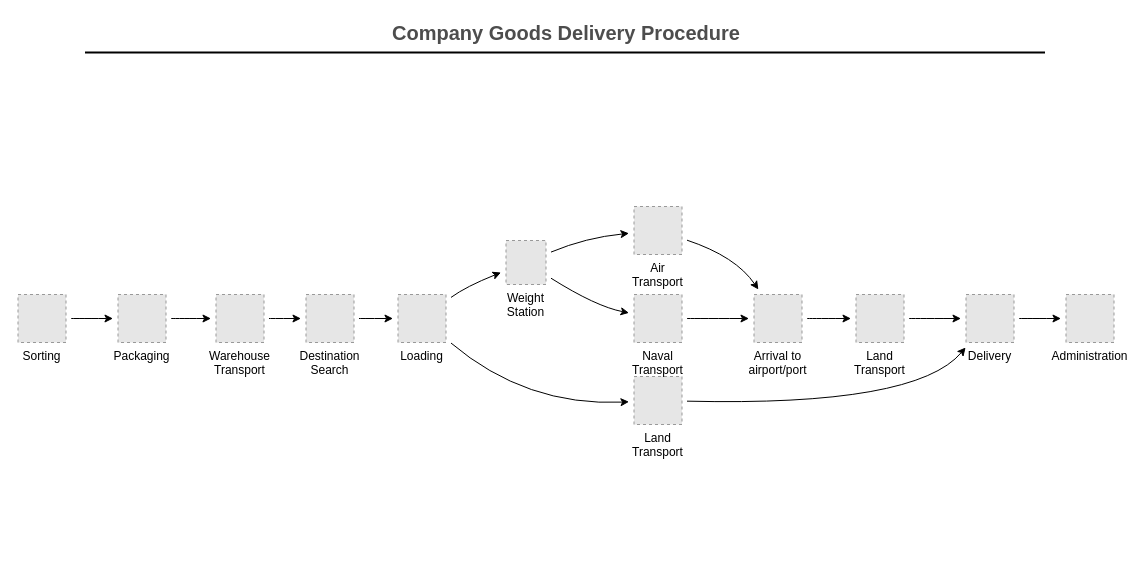
Above: qixi.drawio in k52823/kong (draw.io), before the change. Source tidied: cells renumbered, new cells numbered last; positions are measured from the earlier drawing's top-left corner, leaving out a move shared by most shapes. Both pictures are drawn from the tidied source at 100%, with x=0, y=0 at pixel (17, 17). Pictures stored in the file or linked from it are replaced by grey dashed boxes.
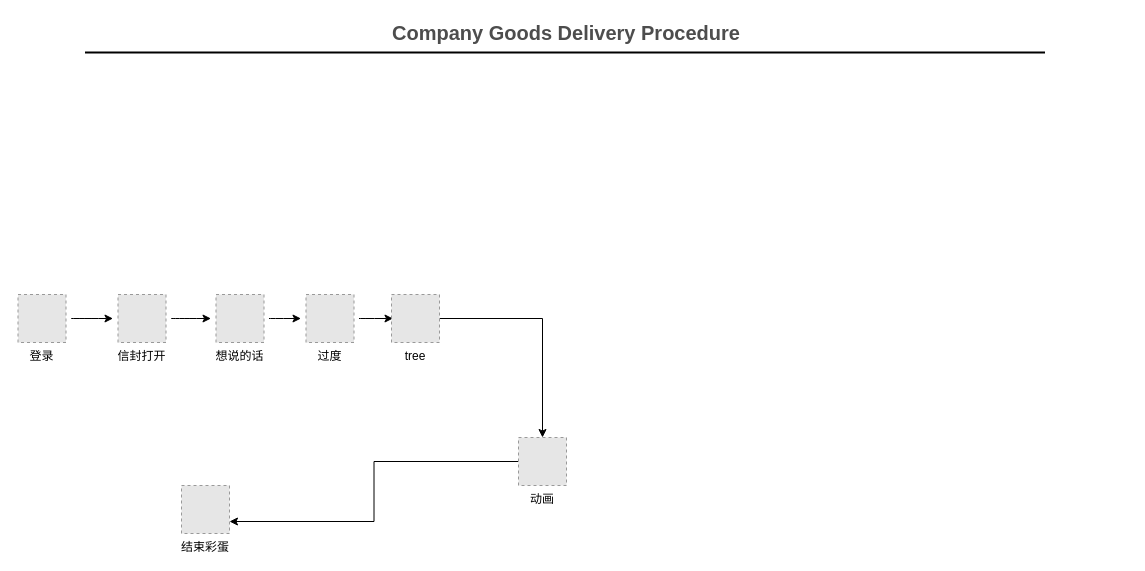
Above is the later version.

Diff of the diagram source:
```diff
@@
-    <mxCell id="3" value="Warehouse&#10;Transport" style="fillColor=#E6E6E6;strokeColor=#999999;dashed=1;verticalLabelPosition=bottom;verticalAlign=top;" parent="1" vertex="1">
+    <mxCell id="3" value="想说的话" style="fillColor=#E6E6E6;strokeColor=#999999;dashed=1;verticalLabelPosition=bottom;verticalAlign=top;" parent="1" vertex="1">
       <mxGeometry x="198.5" y="277" width="48" height="48" as="geometry" />
     </mxCell>
@@
-    <mxCell id="5" value="Sorting" style="fillColor=#E6E6E6;strokeColor=#999999;dashed=1;verticalLabelPosition=bottom;verticalAlign=top;" parent="1" vertex="1">
+    <mxCell id="5" value="登录" style="fillColor=#E6E6E6;strokeColor=#999999;dashed=1;verticalLabelPosition=bottom;verticalAlign=top;" parent="1" vertex="1">
       <mxGeometry x="0.5" y="277" width="48" height="48" as="geometry" />
     </mxCell>
-    <mxCell id="6" style="jettySize=auto;html=1;curved=1;sourcePerimeterSpacing=5;targetPerimeterSpacing=5;" parent="1" edge="1" source="7" target="27">
-      <mxGeometry relative="1" as="geometry">
-        <Array as="points">
-          <mxPoint x="898.5" y="389" />
-        </Array>
-      </mxGeometry>
-    </mxCell>
-    <mxCell id="7" value="Land&#10;Transport" style="fillColor=#E6E6E6;strokeColor=#999999;dashed=1;verticalLabelPosition=bottom;verticalAlign=top;" parent="1" vertex="1">
-      <mxGeometry x="616.5" y="359" width="48" height="48" as="geometry" />
-    </mxCell>
-    <mxCell id="8" style="jettySize=auto;html=1;curved=1;sourcePerimeterSpacing=5;targetPerimeterSpacing=5;" parent="1" edge="1" source="9" target="18">
-      <mxGeometry relative="1" as="geometry">
-        <Array as="points">
-          <mxPoint x="718.5" y="239" />
-        </Array>
-      </mxGeometry>
-    </mxCell>
-    <mxCell id="9" value="Air&#10;Transport" style="fillColor=#E6E6E6;strokeColor=#999999;dashed=1;verticalLabelPosition=bottom;verticalAlign=top;" parent="1" vertex="1">
-      <mxGeometry x="616.5" y="189" width="48" height="48" as="geometry" />
-    </mxCell>
-    <mxCell id="10" style="jettySize=auto;html=1;curved=1;sourcePerimeterSpacing=5;targetPerimeterSpacing=5;" parent="1" edge="1" source="12" target="21">
-      <mxGeometry relative="1" as="geometry">
-        <Array as="points">
-          <mxPoint x="448.5" y="269" />
-        </Array>
-      </mxGeometry>
-    </mxCell>
-    <mxCell id="11" style="jettySize=auto;html=1;curved=1;sourcePerimeterSpacing=5;targetPerimeterSpacing=5;" parent="1" edge="1" source="12" target="7">
-      <mxGeometry relative="1" as="geometry">
-        <Array as="points">
-          <mxPoint x="508.5" y="389" />
-        </Array>
-      </mxGeometry>
-    </mxCell>
-    <mxCell id="12" value="Loading" style="fillColor=#E6E6E6;strokeColor=#999999;dashed=1;verticalLabelPosition=bottom;verticalAlign=top;" parent="1" vertex="1">
-      <mxGeometry x="380.5" y="277" width="48" height="48" as="geometry" />
-    </mxCell>
@@
-    <mxCell id="14" value="Packaging" style="fillColor=#E6E6E6;strokeColor=#999999;dashed=1;verticalLabelPosition=bottom;verticalAlign=top;" parent="1" vertex="1">
+    <mxCell id="14" value="信封打开" style="fillColor=#E6E6E6;strokeColor=#999999;dashed=1;verticalLabelPosition=bottom;verticalAlign=top;" parent="1" vertex="1">
       <mxGeometry x="100.5" y="277" width="48" height="48" as="geometry" />
     </mxCell>
-    <mxCell id="15" style="jettySize=auto;html=1;curved=1;sourcePerimeterSpacing=5;targetPerimeterSpacing=5;" parent="1" edge="1" source="16" target="12">
-      <mxGeometry relative="1" as="geometry" />
+    <mxCell id="15" style="jettySize=auto;html=1;curved=1;sourcePerimeterSpacing=5;targetPerimeterSpacing=5;" parent="1" edge="1" source="16">
+      <mxGeometry relative="1" as="geometry">
+        <mxPoint x="375.5" y="301" as="targetPoint" />
+      </mxGeometry>
     </mxCell>
-    <mxCell id="16" value="Destination&#10;Search" style="fillColor=#E6E6E6;strokeColor=#999999;dashed=1;verticalLabelPosition=bottom;verticalAlign=top;" parent="1" vertex="1">
+    <mxCell id="16" value="过度" style="fillColor=#E6E6E6;strokeColor=#999999;dashed=1;verticalLabelPosition=bottom;verticalAlign=top;" parent="1" vertex="1">
       <mxGeometry x="288.5" y="277" width="48" height="48" as="geometry" />
     </mxCell>
-    <mxCell id="17" style="jettySize=auto;html=1;curved=1;sourcePerimeterSpacing=5;targetPerimeterSpacing=5;" parent="1" edge="1" source="18" target="25">
-      <mxGeometry relative="1" as="geometry" />
-    </mxCell>
-    <mxCell id="18" value="Arrival to&#10;airport/port" style="fillColor=#E6E6E6;strokeColor=#999999;dashed=1;verticalLabelPosition=bottom;verticalAlign=top;" parent="1" vertex="1">
-      <mxGeometry x="736.5" y="277" width="48" height="48" as="geometry" />
-    </mxCell>
-    <mxCell id="19" style="jettySize=auto;html=1;curved=1;sourcePerimeterSpacing=5;targetPerimeterSpacing=5;" parent="1" edge="1" source="21" target="9">
-      <mxGeometry relative="1" as="geometry">
-        <Array as="points">
-          <mxPoint x="568.5" y="220" />
-        </Array>
-      </mxGeometry>
-    </mxCell>
-    <mxCell id="20" style="jettySize=auto;html=1;curved=1;sourcePerimeterSpacing=5;targetPerimeterSpacing=5;" parent="1" edge="1" source="21" target="23">
-      <mxGeometry relative="1" as="geometry">
-        <Array as="points">
-          <mxPoint x="578.5" y="289" />
-        </Array>
-      </mxGeometry>
-    </mxCell>
-    <mxCell id="21" value="Weight&#10;Station" style="fillColor=#E6E6E6;strokeColor=#999999;dashed=1;verticalLabelPosition=bottom;verticalAlign=top;" parent="1" vertex="1">
-      <mxGeometry x="488.5" y="223" width="40" height="44" as="geometry" />
-    </mxCell>
-    <mxCell id="22" style="jettySize=auto;html=1;curved=1;sourcePerimeterSpacing=5;targetPerimeterSpacing=5;" parent="1" edge="1" source="23" target="18">
-      <mxGeometry relative="1" as="geometry" />
-    </mxCell>
-    <mxCell id="23" value="Naval&#10;Transport" style="fillColor=#E6E6E6;strokeColor=#999999;dashed=1;verticalLabelPosition=bottom;verticalAlign=top;" parent="1" vertex="1">
-      <mxGeometry x="616.5" y="277" width="48" height="48" as="geometry" />
-    </mxCell>
-    <mxCell id="24" style="jettySize=auto;html=1;curved=1;sourcePerimeterSpacing=5;targetPerimeterSpacing=5;" parent="1" edge="1" source="25" target="27">
-      <mxGeometry relative="1" as="geometry" />
-    </mxCell>
-    <mxCell id="25" value="Land&#10;Transport" style="fillColor=#E6E6E6;strokeColor=#999999;dashed=1;verticalLabelPosition=bottom;verticalAlign=top;" parent="1" vertex="1">
-      <mxGeometry x="838.5" y="277" width="48" height="48" as="geometry" />
-    </mxCell>
-    <mxCell id="26" style="jettySize=auto;html=1;curved=1;sourcePerimeterSpacing=5;targetPerimeterSpacing=5;" parent="1" edge="1" source="27" target="28">
-      <mxGeometry relative="1" as="geometry" />
-    </mxCell>
-    <mxCell id="27" value="Delivery" style="fillColor=#E6E6E6;strokeColor=#999999;dashed=1;verticalLabelPosition=bottom;verticalAlign=top;" parent="1" vertex="1">
-      <mxGeometry x="948.5" y="277" width="48" height="48" as="geometry" />
-    </mxCell>
-    <mxCell id="28" value="Administration" style="fillColor=#E6E6E6;strokeColor=#999999;dashed=1;verticalLabelPosition=bottom;verticalAlign=top;" parent="1" vertex="1">
-      <mxGeometry x="1048.5" y="277" width="48" height="48" as="geometry" />
-    </mxCell>
@@
+    <mxCell id="31" style="edgeStyle=orthogonalEdgeStyle;rounded=0;jettySize=auto;html=1;" parent="1" edge="1" source="32" target="34">
+      <mxGeometry relative="1" as="geometry" />
+    </mxCell>
+    <mxCell id="32" value="tree" style="fillColor=#E6E6E6;strokeColor=#999999;dashed=1;verticalLabelPosition=bottom;verticalAlign=top;" parent="1" vertex="1">
+      <mxGeometry x="374" y="277" width="48" height="48" as="geometry" />
+    </mxCell>
+    <mxCell id="33" style="edgeStyle=orthogonalEdgeStyle;rounded=0;jettySize=auto;html=1;entryX=1;entryY=0.75;entryDx=0;entryDy=0;" parent="1" edge="1" source="34" target="35">
+      <mxGeometry relative="1" as="geometry" />
+    </mxCell>
+    <mxCell id="34" value="动画" style="fillColor=#E6E6E6;strokeColor=#999999;dashed=1;verticalLabelPosition=bottom;verticalAlign=top;" parent="1" vertex="1">
+      <mxGeometry x="501" y="420" width="48" height="48" as="geometry" />
+    </mxCell>
+    <mxCell id="35" value="结束彩蛋" style="fillColor=#E6E6E6;strokeColor=#999999;dashed=1;verticalLabelPosition=bottom;verticalAlign=top;" parent="1" vertex="1">
+      <mxGeometry x="164" y="468" width="48" height="48" as="geometry" />
+    </mxCell>
```
